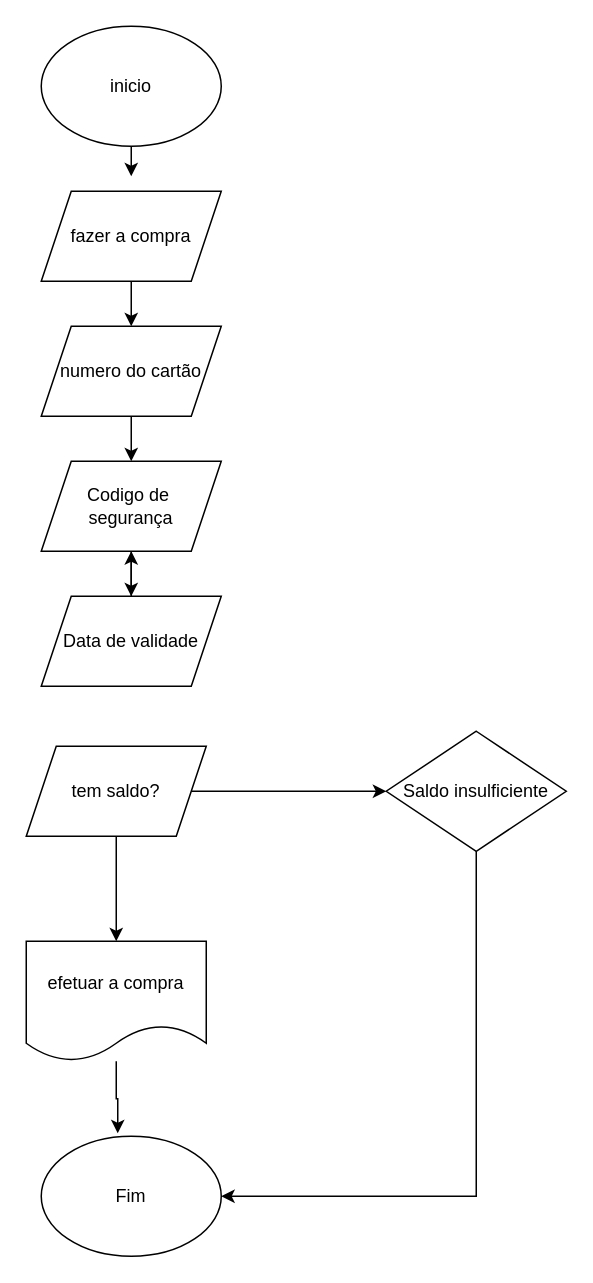
Above: Untitled Diagram.drawio in Rafael7360/arbyte (draw.io), before the change. Source tidied: cells renumbered, new cells numbered last; positions are measured from the earlier drawing's top-left corner, leaving out a move shared by most shapes. Both pictures are drawn from the tidied source at 150%, with x=0, y=0 at pixel (26, 26).
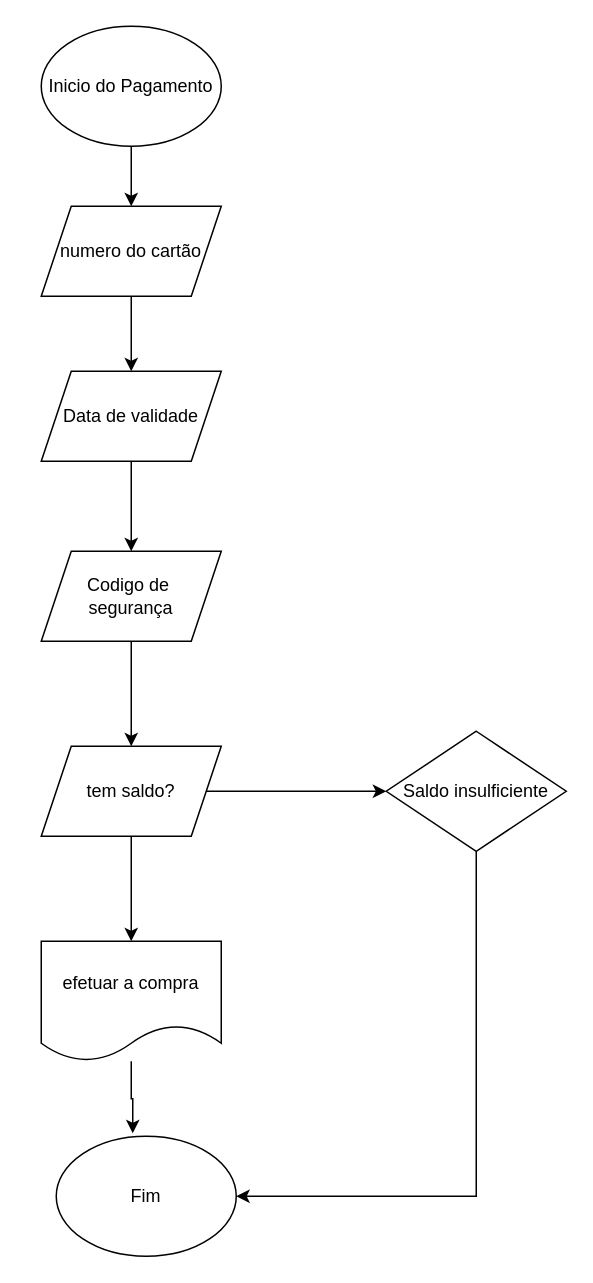
The same page after the edit.

Change to the diagram source:
```diff
@@
-    <mxCell id="2" style="edgeStyle=orthogonalEdgeStyle;rounded=0;jettySize=auto;html=1;" parent="1" edge="1" source="3">
-      <mxGeometry relative="1" as="geometry">
-        <mxPoint x="70" y="100" as="targetPoint" />
-      </mxGeometry>
-    </mxCell>
+    <mxCell id="20" style="edgeStyle=orthogonalEdgeStyle;rounded=0;jettySize=auto;html=1;entryX=0.5;entryY=0;entryDx=0;entryDy=0;" parent="1" edge="1" source="3" target="5">
+      <mxGeometry relative="1" as="geometry" />
+    </mxCell>
-    <mxCell id="3" value="inicio" style="ellipse;whiteSpace=wrap;html=1;" parent="1" vertex="1">
+    <mxCell id="3" value="Inicio do Pagamento&lt;br&gt;" style="ellipse;whiteSpace=wrap;html=1;" parent="1" vertex="1">
       <mxGeometry x="10" width="120" height="80" as="geometry" />
     </mxCell>
-    <mxCell id="4" style="edgeStyle=orthogonalEdgeStyle;rounded=0;jettySize=auto;html=1;" parent="1" edge="1" source="10" target="7">
-      <mxGeometry relative="1" as="geometry" />
-    </mxCell>
+    <mxCell id="21" style="edgeStyle=orthogonalEdgeStyle;rounded=0;jettySize=auto;html=1;" parent="1" edge="1" source="5" target="7">
+      <mxGeometry relative="1" as="geometry" />
+    </mxCell>
     <mxCell id="5" value="numero do cartão&lt;br&gt;" style="shape=parallelogram;perimeter=parallelogramPerimeter;whiteSpace=wrap;html=1;fixedSize=1;" parent="1" vertex="1">
-      <mxGeometry x="10" y="200" width="120" height="60" as="geometry" />
+      <mxGeometry x="10" y="120" width="120" height="60" as="geometry" />
     </mxCell>
@@
     <mxCell id="7" value="Data de validade" style="shape=parallelogram;perimeter=parallelogramPerimeter;whiteSpace=wrap;html=1;fixedSize=1;" parent="1" vertex="1">
-      <mxGeometry x="10" y="380" width="120" height="60" as="geometry" />
+      <mxGeometry x="10" y="230" width="120" height="60" as="geometry" />
     </mxCell>
-    <mxCell id="8" style="edgeStyle=orthogonalEdgeStyle;rounded=0;jettySize=auto;html=1;" parent="1" edge="1" source="9" target="5">
-      <mxGeometry relative="1" as="geometry" />
-    </mxCell>
-    <mxCell id="9" value="fazer a compra" style="shape=parallelogram;perimeter=parallelogramPerimeter;whiteSpace=wrap;html=1;fixedSize=1;" parent="1" vertex="1">
-      <mxGeometry x="10" y="110" width="120" height="60" as="geometry" />
-    </mxCell>
+    <mxCell id="22" style="edgeStyle=orthogonalEdgeStyle;rounded=0;jettySize=auto;html=1;" parent="1" edge="1" source="10" target="16">
+      <mxGeometry relative="1" as="geometry" />
+    </mxCell>
     <mxCell id="10" value="Codigo de&amp;nbsp;&lt;br&gt;segurança&lt;br&gt;" style="shape=parallelogram;perimeter=parallelogramPerimeter;whiteSpace=wrap;html=1;fixedSize=1;" parent="1" vertex="1">
-      <mxGeometry x="10" y="290" width="120" height="60" as="geometry" />
+      <mxGeometry x="10" y="350" width="120" height="60" as="geometry" />
     </mxCell>
-    <mxCell id="11" style="edgeStyle=orthogonalEdgeStyle;rounded=0;jettySize=auto;html=1;" parent="1" edge="1" source="5" target="10">
-      <mxGeometry relative="1" as="geometry" />
-    </mxCell>
@@
     <mxCell id="16" value="tem saldo?" style="shape=parallelogram;perimeter=parallelogramPerimeter;whiteSpace=wrap;html=1;fixedSize=1;" parent="1" vertex="1">
-      <mxGeometry y="480" width="120" height="60" as="geometry" />
+      <mxGeometry x="10" y="480" width="120" height="60" as="geometry" />
     </mxCell>
@@
     <mxCell id="18" value="efetuar a compra" style="shape=document;whiteSpace=wrap;html=1;boundedLbl=1;" parent="1" vertex="1">
-      <mxGeometry y="610" width="120" height="80" as="geometry" />
+      <mxGeometry x="10" y="610" width="120" height="80" as="geometry" />
     </mxCell>
     <mxCell id="19" value="Fim&lt;br&gt;" style="ellipse;whiteSpace=wrap;html=1;" parent="1" vertex="1">
-      <mxGeometry x="10" y="740" width="120" height="80" as="geometry" />
+      <mxGeometry x="20" y="740" width="120" height="80" as="geometry" />
     </mxCell>
```
